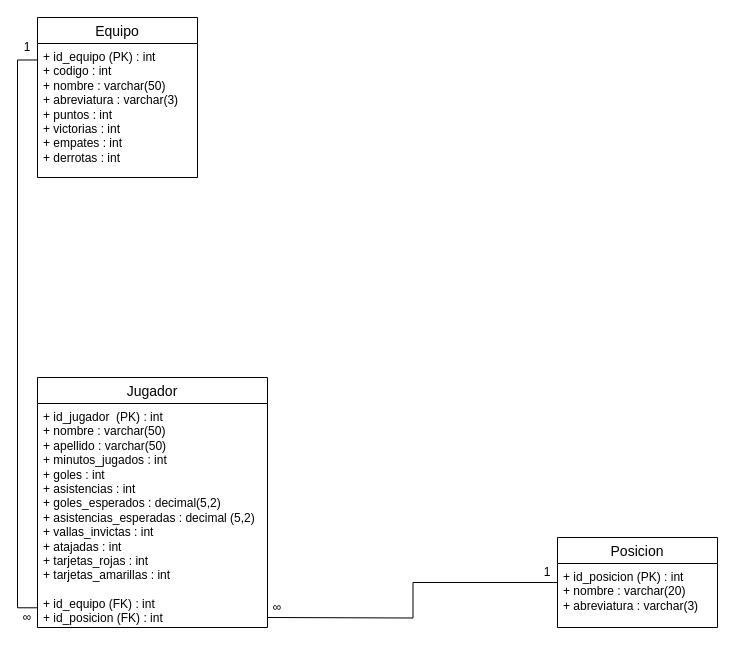
This is design/modelo-relacional-premier-league-analytics.drawio from NachoParedes/premier-league-analytics, a draw.io file, before an edit. Source tidied: cells renumbered, new cells numbered last; positions are measured from the earlier drawing's top-left corner, leaving out a move shared by most shapes. Both pictures are drawn from the tidied source at 100%, with x=0, y=0 at pixel (17, 17).
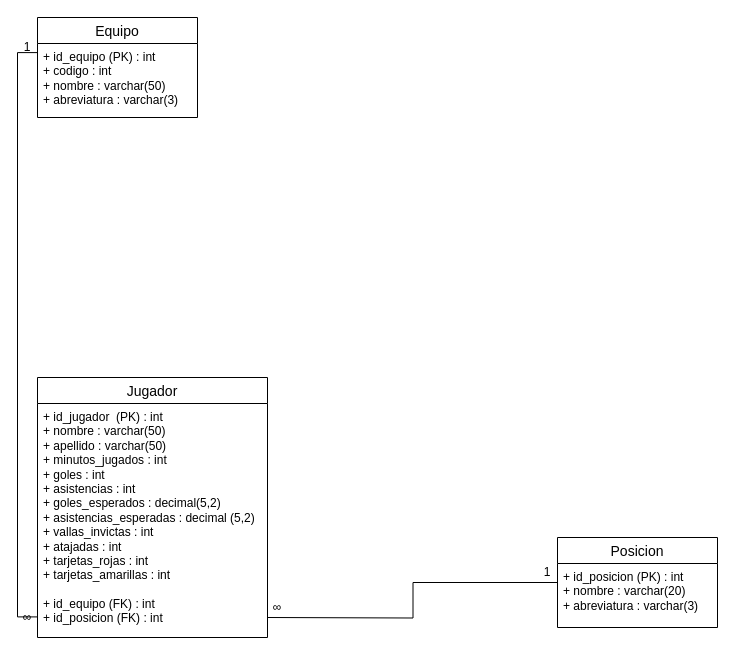
After the change.

Commit message (it also covers changes not shown here):
refactor(sql): remover metricas dinamicas y dejar la tabla equipo con campos estaticos

What changed in the source:
```diff
@@
 <mxGraphModel>
   <root>
     <mxCell id="0" />
     <mxCell id="1" parent="0" />
     <mxCell id="2" style="edgeStyle=orthogonalEdgeStyle;rounded=0;jettySize=auto;html=1;exitX=0;exitY=0.123;exitDx=0;exitDy=0;entryX=-0.002;entryY=0.912;entryDx=0;entryDy=0;entryPerimeter=0;endArrow=none;endFill=0;exitPerimeter=0;" parent="1" edge="1" source="4" target="8">
       <mxGeometry relative="1" as="geometry" />
     </mxCell>
     <mxCell id="3" value="Equipo" style="swimlane;fontStyle=0;horizontal=1;startSize=26;align=center;fontSize=14;" parent="1" vertex="1">
-      <mxGeometry x="20" width="160" height="160" as="geometry" />
+      <mxGeometry x="20" width="160" height="100" as="geometry" />
     </mxCell>
-    <mxCell id="4" value="+ id_equipo (PK) : int&lt;div&gt;+ codigo : int&lt;br&gt;&lt;div&gt;+ nombre : varchar(50)&lt;/div&gt;&lt;div&gt;+ abreviatura : varchar(3)&lt;/div&gt;&lt;div&gt;+ puntos : int&lt;/div&gt;&lt;div&gt;+ victorias : int&lt;/div&gt;&lt;div&gt;+ empates : int&lt;/div&gt;&lt;div&gt;+ derrotas : int&lt;/div&gt;&lt;/div&gt;" style="text;strokeColor=none;fillColor=none;spacingLeft=4;spacingRight=4;overflow=hidden;points=[[0,0.5],[1,0.5]];portConstraint=eastwest;fontSize=12;whiteSpace=wrap;html=1;" parent="3" vertex="1">
-      <mxGeometry y="26" width="160" height="134" as="geometry" />
+    <mxCell id="4" value="+ id_equipo (PK) : int&lt;div&gt;+ codigo : int&lt;br&gt;&lt;div&gt;+ nombre : varchar(50)&lt;/div&gt;&lt;div&gt;+ abreviatura : varchar(3)&lt;/div&gt;&lt;div&gt;&lt;br&gt;&lt;/div&gt;&lt;/div&gt;" style="text;strokeColor=none;fillColor=none;spacingLeft=4;spacingRight=4;overflow=hidden;points=[[0,0.5],[1,0.5]];portConstraint=eastwest;fontSize=12;whiteSpace=wrap;html=1;" parent="3" vertex="1">
+      <mxGeometry y="26" width="160" height="74" as="geometry" />
     </mxCell>
     <mxCell id="5" value="Posicion" style="swimlane;fontStyle=0;horizontal=1;startSize=26;align=center;fontSize=14;" parent="1" vertex="1">
       <mxGeometry x="540" y="520" width="160" height="90" as="geometry" />
     </mxCell>
     <mxCell id="6" value="+ id_posicion (PK) : int&lt;div&gt;+ nombre : varchar(20)&lt;/div&gt;&lt;div&gt;+ abreviatura : varchar(3)&lt;/div&gt;&lt;div&gt;&lt;br&gt;&lt;/div&gt;" style="text;strokeColor=none;fillColor=none;spacingLeft=4;spacingRight=4;overflow=hidden;fontSize=12;whiteSpace=wrap;html=1;" parent="5" vertex="1">
       <mxGeometry y="26" width="160" height="64" as="geometry" />
     </mxCell>
     <mxCell id="7" value="Jugador" style="swimlane;fontStyle=0;horizontal=1;startSize=26;align=center;fontSize=14;" parent="1" vertex="1">
-      <mxGeometry x="20" y="360" width="230" height="250" as="geometry" />
+      <mxGeometry x="20" y="360" width="230" height="260" as="geometry" />
     </mxCell>
     <mxCell id="8" value="+ id_jugador&amp;nbsp; (PK) : int&lt;div&gt;+ nombre : varchar(50)&lt;/div&gt;&lt;div&gt;+ apellido : varchar(50)&lt;/div&gt;&lt;div&gt;+ minutos_jugados : int&lt;/div&gt;&lt;div&gt;+ goles : int&lt;/div&gt;&lt;div&gt;+ asistencias : int&lt;/div&gt;&lt;div&gt;+ goles_esperados : decimal(5,2)&lt;/div&gt;&lt;div&gt;+ asistencias_esperadas : decimal (5,2)&lt;/div&gt;&lt;div&gt;+ vallas_invictas : int&lt;/div&gt;&lt;div&gt;+ atajadas : int&lt;/div&gt;&lt;div&gt;+ tarjetas_rojas : int&lt;/div&gt;&lt;div&gt;+ tarjetas_amarillas : int&lt;/div&gt;&lt;div&gt;&lt;br&gt;&lt;/div&gt;&lt;div&gt;+ id_equipo (FK) : int&lt;/div&gt;&lt;div&gt;+ id_posicion (FK) : int&lt;/div&gt;" style="text;strokeColor=none;fillColor=none;spacingLeft=4;spacingRight=4;overflow=hidden;points=[[0,0.5],[1,0.5]];portConstraint=eastwest;fontSize=12;whiteSpace=wrap;html=1;" parent="7" vertex="1">
-      <mxGeometry y="26" width="230" height="224" as="geometry" />
+      <mxGeometry y="26" width="230" height="234" as="geometry" />
     </mxCell>
     <mxCell id="9" style="edgeStyle=orthogonalEdgeStyle;rounded=0;jettySize=auto;html=1;exitX=0;exitY=0.5;exitDx=0;exitDy=0;endArrow=none;endFill=0;" parent="1" edge="1" source="5">
       <mxGeometry relative="1" as="geometry">
         <mxPoint x="250" y="600" as="targetPoint" />
       </mxGeometry>
     </mxCell>
     <mxCell id="10" value="1" style="text;html=1;whiteSpace=wrap;strokeColor=none;fillColor=none;align=center;verticalAlign=middle;rounded=0;" parent="1" vertex="1">
       <mxGeometry y="20" width="20" height="20" as="geometry" />
     </mxCell>
     <mxCell id="11" value="∞" style="text;html=1;whiteSpace=wrap;strokeColor=none;fillColor=none;align=center;verticalAlign=middle;rounded=0;" parent="1" vertex="1">
       <mxGeometry y="590" width="20" height="20" as="geometry" />
     </mxCell>
     <mxCell id="12" value="∞" style="text;html=1;whiteSpace=wrap;strokeColor=none;fillColor=none;align=center;verticalAlign=middle;rounded=0;" parent="1" vertex="1">
       <mxGeometry x="250" y="580" width="20" height="20" as="geometry" />
     </mxCell>
     <mxCell id="13" value="1" style="text;html=1;whiteSpace=wrap;strokeColor=none;fillColor=none;align=center;verticalAlign=middle;rounded=0;" parent="1" vertex="1">
       <mxGeometry x="520" y="545" width="20" height="20" as="geometry" />
     </mxCell>
   </root>
 </mxGraphModel>
```
